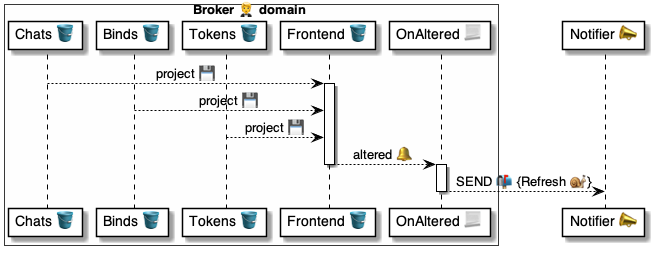
Before: 4 ⚙️ Solution/20 🧑‍🦰 UI/Brokers 🤵/🤵🪣 Broker tables/Frontend 📱 table/🤵 OnFrontendAltered ⚙️ uml.png, a diagram exported from PlantUML (pollyweb-org/pollyweb-docs). Its source is kept beside it as 4 ⚙️ Solution/20 🧑‍🦰 UI/Brokers 🤵/🤵🪣 Broker tables/Frontend 📱 table/🤵 OnFrontendAltered ⚙️ uml.puml.
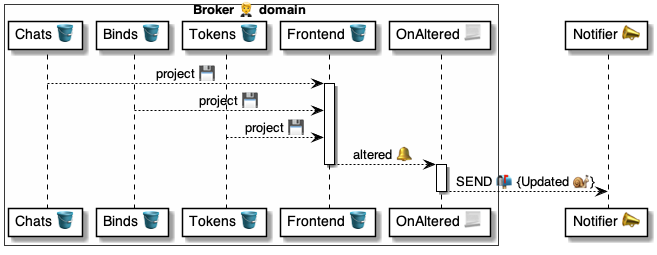
The same file after the commit.

The edit, as a diff of the source:
```diff
@@ -22,7 +22,7 @@
 deactivate frontend
 
 activate handler
-    handler --> notifier: SEND 📬 {Refresh 🐌}
+    handler --> notifier: SEND 📬 {Updated 🐌}
 deactivate handler
 
 @enduml
```
